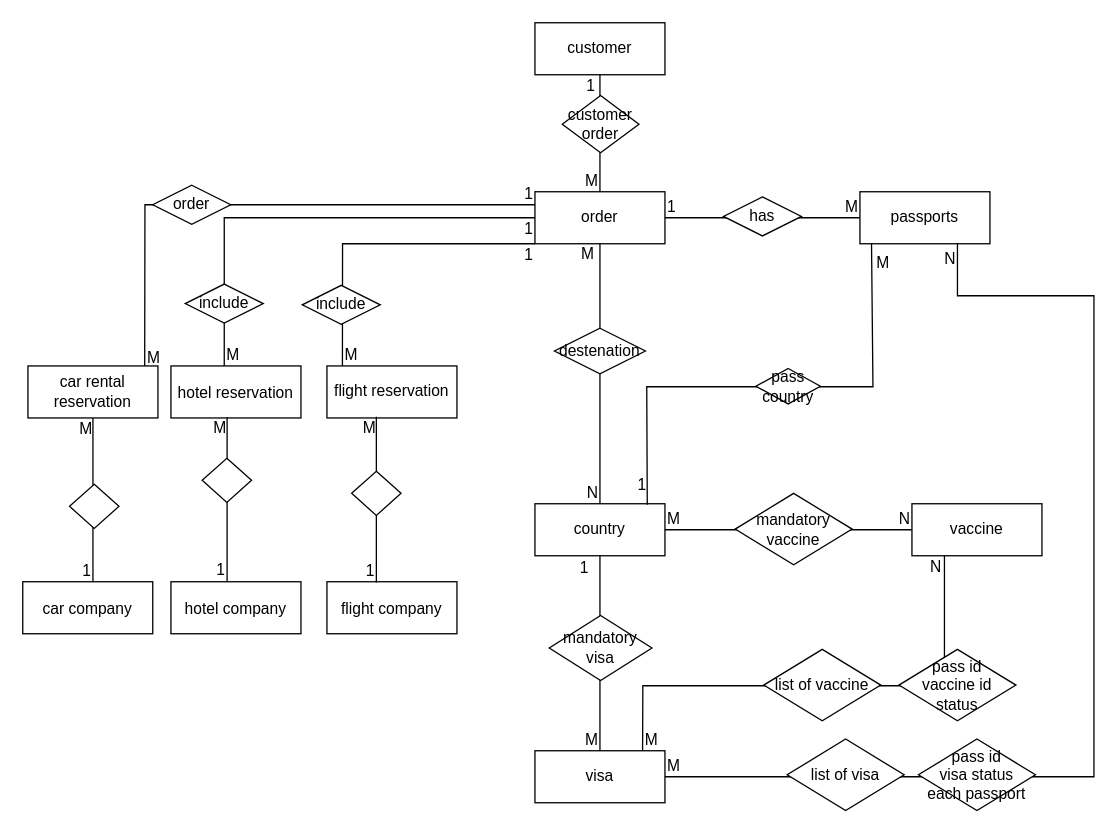
Above: Tourist.drawio in oran950/DataBase_ERD (draw.io), before the change. Source tidied: cells renumbered, new cells numbered last; positions are measured from the earlier drawing's top-left corner, leaving out a move shared by most shapes. Both pictures are drawn from the tidied source at 130%, with x=0, y=0 at pixel (22, 22).
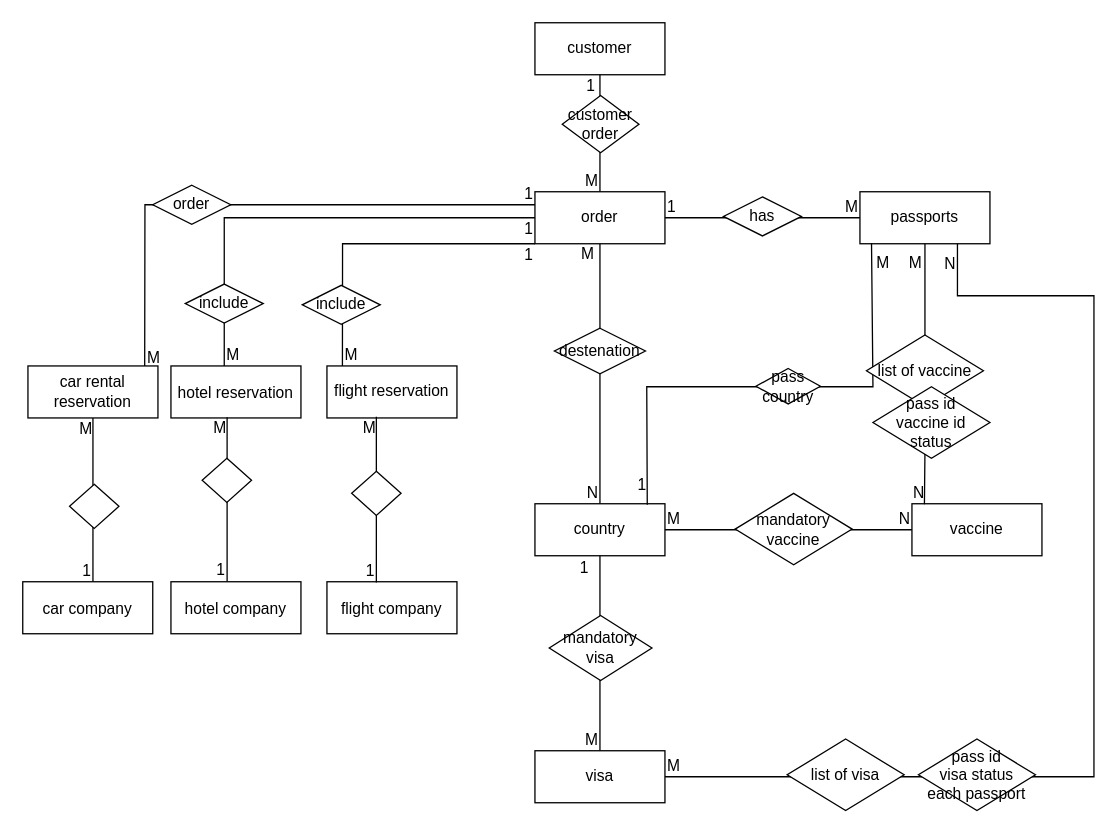
The same page after the edit.

Unchanged cells that the change refers to:
```xml
<mxCell id="3" value="passports" style="whiteSpace=wrap;html=1;align=center;" parent="1" vertex="1">
  <mxGeometry x="644" y="130" width="100" height="40" as="geometry" />
</mxCell>
<mxCell id="5" value="vaccine" style="whiteSpace=wrap;html=1;align=center;" parent="1" vertex="1">
  <mxGeometry x="684" y="370" width="100" height="40" as="geometry" />
</mxCell>
<mxCell id="33" value="visa" style="whiteSpace=wrap;html=1;align=center;" parent="1" vertex="1">
  <mxGeometry x="394" y="560" width="100" height="40" as="geometry" />
</mxCell>
<mxCell id="54" style="endArrow=none;html=1;rounded=0;exitX=1;exitY=0.5;exitDx=0;exitDy=0;entryX=0.75;entryY=1;entryDx=0;entryDy=0;" parent="1" edge="1" source="33" target="3">
  <mxGeometry relative="1" as="geometry">
    <Array as="points">
      <mxPoint x="824" y="580" />
      <mxPoint x="824" y="210" />
      <mxPoint x="719" y="210" />
    </Array>
  </mxGeometry>
</mxCell>
```

Change to the diagram source:
```diff
@@
     <mxCell id="56" value="N" style="html=1;whiteSpace=wrap;align=right;verticalAlign=bottom;" parent="54" vertex="1">
       <mxGeometry x="1" relative="1" as="geometry">
-        <mxPoint y="20" as="offset" />
+        <mxPoint y="24" as="offset" />
       </mxGeometry>
     </mxCell>
@@
-    <mxCell id="59" style="endArrow=none;html=1;rounded=0;exitX=0.828;exitY=0.003;exitDx=0;exitDy=0;entryX=0.25;entryY=1;entryDx=0;entryDy=0;exitPerimeter=0;" parent="1" edge="1" source="33" target="5">
+    <mxCell id="59" style="endArrow=none;html=1;rounded=0;exitX=0.5;exitY=1;exitDx=0;exitDy=0;entryX=0.096;entryY=0.01;entryDx=0;entryDy=0;entryPerimeter=0;" parent="1" edge="1" source="3" target="5">
       <mxGeometry relative="1" as="geometry">
         <Array as="points">
-          <mxPoint x="477" y="510" />
-          <mxPoint x="709" y="510" />
+          <mxPoint x="694" y="330" />
         </Array>
       </mxGeometry>
     </mxCell>
     <mxCell id="60" value="M" style="html=1;whiteSpace=wrap;align=left;verticalAlign=bottom;" parent="59" vertex="1">
-      <mxGeometry x="-1" relative="1" as="geometry" />
+      <mxGeometry x="-1" relative="1" as="geometry">
+        <mxPoint x="-14" y="23" as="offset" />
+      </mxGeometry>
     </mxCell>
     <mxCell id="61" value="N" style="html=1;whiteSpace=wrap;align=right;verticalAlign=bottom;" parent="59" vertex="1">
       <mxGeometry x="1" relative="1" as="geometry">
-        <mxPoint x="-1" y="17" as="offset" />
+        <mxPoint x="1" as="offset" />
       </mxGeometry>
     </mxCell>
     <mxCell id="62" value="list of vaccine" style="shape=rhombus;perimeter=rhombusPerimeter;whiteSpace=wrap;html=1;align=center;" parent="1" vertex="1">
-      <mxGeometry x="570" y="482" width="90" height="55" as="geometry" />
+      <mxGeometry x="649" y="240.2" width="90" height="55" as="geometry" />
     </mxCell>
     <mxCell id="63" value="pass id&lt;br&gt;vaccine id&lt;br&gt;status" style="shape=rhombus;perimeter=rhombusPerimeter;whiteSpace=wrap;html=1;align=center;" parent="1" vertex="1">
-      <mxGeometry x="674" y="482" width="90" height="55" as="geometry" />
+      <mxGeometry x="654" y="280" width="90" height="55" as="geometry" />
     </mxCell>
```
